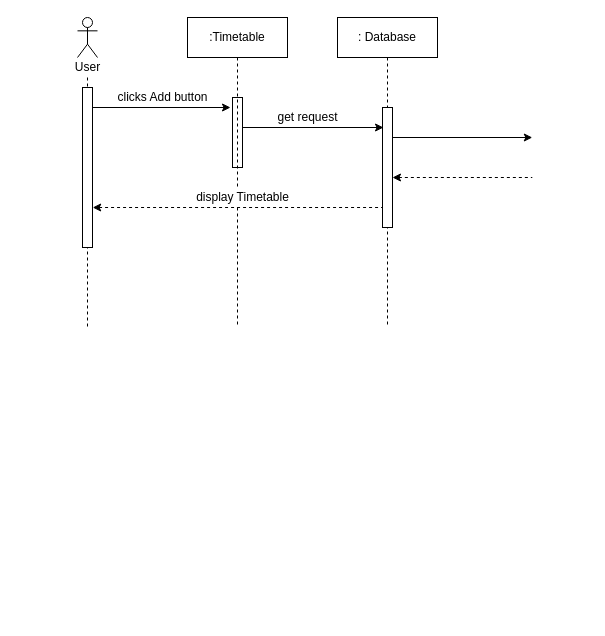
Earlier version of the draw.io diagram CreateTT.drawio (FaizAnuar/ashisu). Source tidied: cells renumbered, new cells numbered last; positions are measured from the earlier drawing's top-left corner, leaving out a move shared by most shapes. Both pictures are drawn from the tidied source at 100%, with x=0, y=0 at pixel (67, 17).
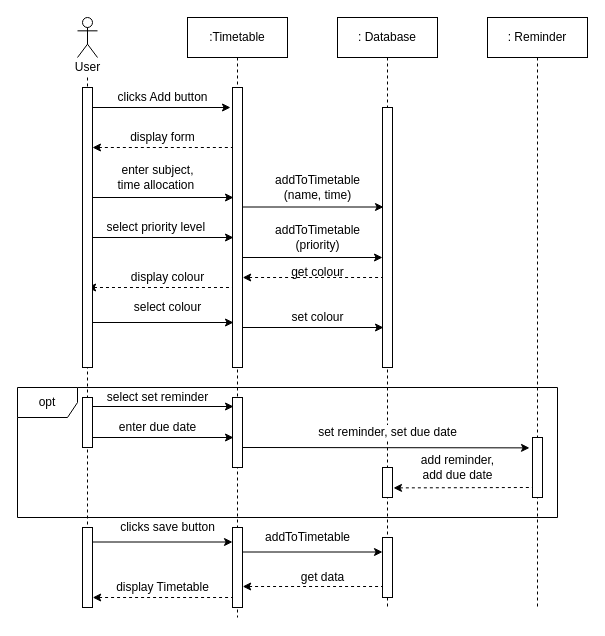
The same diagram, later.

The change refers to these unchanged cells:
```xml
<mxCell id="5" value=":Timetable" style="rounded=0;whiteSpace=wrap;html=1;" parent="1" vertex="1">
  <mxGeometry x="120" width="100" height="40" as="geometry" />
</mxCell>
<mxCell id="7" value=": Database" style="rounded=0;whiteSpace=wrap;html=1;" parent="1" vertex="1">
  <mxGeometry x="270" width="100" height="40" as="geometry" />
</mxCell>
<mxCell id="13" value="User" style="text;html=1;align=center;verticalAlign=middle;points=[];strokeColor=none;" parent="1" vertex="1">
  <mxGeometry y="40" width="40" height="20" as="geometry" />
</mxCell>
```

Change to the diagram source:
```diff
@@
+    <mxCell id="21" value="opt" style="shape=umlFrame;whiteSpace=wrap;html=1;fillColor=#FFFFFF;" parent="1" vertex="1">
+      <mxGeometry x="-50" y="370" width="540" height="130" as="geometry" />
+    </mxCell>
     <mxCell id="2" style="edgeStyle=orthogonalEdgeStyle;rounded=0;jettySize=auto;html=1;endArrow=none;endFill=0;dashed=1;" parent="1" edge="1" source="13">
       <mxGeometry relative="1" as="geometry">
-        <mxPoint x="20" y="310" as="targetPoint" />
+        <mxPoint x="20" y="590" as="targetPoint" />
       </mxGeometry>
     </mxCell>
@@
-    <mxCell id="4" style="edgeStyle=orthogonalEdgeStyle;rounded=0;jettySize=auto;html=1;endArrow=none;endFill=0;dashed=1;startArrow=none;" parent="1" edge="1" source="19">
-      <mxGeometry relative="1" as="geometry">
-        <mxPoint x="170" y="310" as="targetPoint" />
-        <Array as="points">
-          <mxPoint x="170" y="260" />
-          <mxPoint x="170" y="260" />
-        </Array>
-      </mxGeometry>
-    </mxCell>
@@
     <mxCell id="6" style="edgeStyle=orthogonalEdgeStyle;rounded=0;jettySize=auto;html=1;endArrow=none;endFill=0;dashed=1;" parent="1" edge="1" source="7">
       <mxGeometry relative="1" as="geometry">
-        <mxPoint x="320" y="310" as="targetPoint" />
+        <mxPoint x="320" y="590" as="targetPoint" />
       </mxGeometry>
     </mxCell>
@@
-    <mxCell id="10" style="html=1;points=[];perimeter=orthogonalPerimeter;fillColor=#ffffff;" parent="1" vertex="1">
-      <mxGeometry x="15" y="70" width="10" height="160" as="geometry" />
-    </mxCell>
-    <mxCell id="11" style="html=1;perimeter=orthogonalPerimeter;fillColor=#ffffff;" parent="1" vertex="1">
-      <mxGeometry x="165" y="80" width="10" height="70" as="geometry" />
-    </mxCell>
     <mxCell id="12" style="html=1;perimeter=orthogonalPerimeter;fillColor=#ffffff;" parent="1" vertex="1">
-      <mxGeometry x="315" y="90" width="10" height="120" as="geometry" />
+      <mxGeometry x="315" y="90" width="10" height="260" as="geometry" />
     </mxCell>
@@
     <mxCell id="14" style="endArrow=classic;html=1;" parent="1" edge="1">
       <mxGeometry relative="1" as="geometry">
-        <mxPoint x="175" y="110" as="sourcePoint" />
-        <mxPoint x="316" y="110" as="targetPoint" />
+        <mxPoint x="25" y="180" as="sourcePoint" />
+        <mxPoint x="166" y="180" as="targetPoint" />
       </mxGeometry>
     </mxCell>
-    <mxCell id="15" style="endArrow=none;html=1;entryX=-0.02;entryY=0.222;entryDx=0;entryDy=0;entryPerimeter=0;endFill=0;startArrow=classic;startFill=1;dashed=1;exitX=1.02;exitY=0.75;exitDx=0;exitDy=0;exitPerimeter=0;" parent="1" edge="1" source="10">
-      <mxGeometry relative="1" as="geometry">
-        <mxPoint x="315" y="190" as="targetPoint" />
-      </mxGeometry>
-    </mxCell>
-    <mxCell id="16" value="get request" style="text;html=1;align=center;verticalAlign=middle;strokeColor=none;" parent="1" vertex="1">
-      <mxGeometry x="200" y="90" width="80" height="20" as="geometry" />
-    </mxCell>
-    <mxCell id="17" style="endArrow=classic;html=1;entryX=-0.02;entryY=0.222;entryDx=0;entryDy=0;entryPerimeter=0;" parent="1" edge="1">
+    <mxCell id="17" style="endArrow=none;html=1;entryX=-0.02;entryY=0.222;entryDx=0;entryDy=0;entryPerimeter=0;startArrow=classic;startFill=1;endFill=0;dashed=1;" parent="1" edge="1">
       <mxGeometry relative="1" as="geometry">
-        <mxPoint x="325" y="120" as="sourcePoint" />
-        <mxPoint x="464.8" y="120" as="targetPoint" />
+        <mxPoint x="25" y="130" as="sourcePoint" />
+        <mxPoint x="164.8" y="130" as="targetPoint" />
       </mxGeometry>
     </mxCell>
     <mxCell id="18" style="endArrow=none;html=1;entryX=-0.02;entryY=0.222;entryDx=0;entryDy=0;entryPerimeter=0;startArrow=classic;startFill=1;endFill=0;dashed=1;" parent="1" edge="1">
       <mxGeometry relative="1" as="geometry">
-        <mxPoint x="325" y="160" as="sourcePoint" />
-        <mxPoint x="464.8" y="160" as="targetPoint" />
+        <mxPoint x="175.2" y="260" as="sourcePoint" />
+        <mxPoint x="315" y="260" as="targetPoint" />
       </mxGeometry>
     </mxCell>
+    <mxCell id="20" style="edgeStyle=orthogonalEdgeStyle;rounded=0;jettySize=auto;html=1;endArrow=none;endFill=0;dashed=1;" parent="1" edge="1" source="5">
+      <mxGeometry relative="1" as="geometry">
+        <mxPoint x="170" y="600" as="targetPoint" />
+        <Array as="points">
+          <mxPoint x="170" y="130" />
+          <mxPoint x="170" y="130" />
+        </Array>
+      </mxGeometry>
+    </mxCell>
+    <mxCell id="22" value="display form" style="text;html=1;align=center;verticalAlign=middle;strokeColor=none;" parent="1" vertex="1">
+      <mxGeometry x="55" y="110" width="80" height="20" as="geometry" />
+    </mxCell>
+    <mxCell id="23" value="enter subject, &lt;br&gt;time allocation&amp;nbsp;" style="text;html=1;align=center;verticalAlign=middle;strokeColor=none;" parent="1" vertex="1">
+      <mxGeometry x="40" y="145" width="100" height="30" as="geometry" />
+    </mxCell>
+    <mxCell id="24" style="endArrow=classic;html=1;" parent="1" edge="1">
+      <mxGeometry relative="1" as="geometry">
+        <mxPoint x="25" y="220" as="sourcePoint" />
+        <mxPoint x="166" y="220" as="targetPoint" />
+      </mxGeometry>
+    </mxCell>
+    <mxCell id="25" style="endArrow=classic;html=1;" parent="1" edge="1">
+      <mxGeometry relative="1" as="geometry">
+        <mxPoint x="174" y="240" as="sourcePoint" />
+        <mxPoint x="315" y="240" as="targetPoint" />
+      </mxGeometry>
+    </mxCell>
+    <mxCell id="26" style="endArrow=classic;html=1;" parent="1" edge="1">
+      <mxGeometry relative="1" as="geometry">
+        <mxPoint x="175" y="189.5" as="sourcePoint" />
+        <mxPoint x="316" y="189.5" as="targetPoint" />
+      </mxGeometry>
+    </mxCell>
+    <mxCell id="27" style="endArrow=classic;html=1;" parent="1" edge="1">
+      <mxGeometry relative="1" as="geometry">
+        <mxPoint x="25" y="389" as="sourcePoint" />
+        <mxPoint x="166" y="389" as="targetPoint" />
+      </mxGeometry>
+    </mxCell>
+    <mxCell id="28" style="endArrow=classic;html=1;entryX=-0.3;entryY=0.173;entryDx=0;entryDy=0;entryPerimeter=0;" parent="1" edge="1" target="57">
+      <mxGeometry relative="1" as="geometry">
+        <mxPoint x="174" y="430" as="sourcePoint" />
+      </mxGeometry>
+    </mxCell>
+    <mxCell id="29" style="endArrow=none;html=1;entryX=0.5;entryY=0.833;entryDx=0;entryDy=0;entryPerimeter=0;startArrow=classic;startFill=1;endFill=0;dashed=1;exitX=1.1;exitY=0.68;exitDx=0;exitDy=0;exitPerimeter=0;" parent="1" edge="1" source="46" target="57">
+      <mxGeometry relative="1" as="geometry" />
+    </mxCell>
+    <mxCell id="30" value="select priority level&amp;nbsp;" style="text;html=1;align=center;verticalAlign=middle;strokeColor=none;" parent="1" vertex="1">
+      <mxGeometry x="30" y="200" width="120" height="20" as="geometry" />
+    </mxCell>
+    <mxCell id="31" value="addToTimetable&lt;br&gt;(name, time)" style="text;html=1;align=center;verticalAlign=middle;strokeColor=none;" parent="1" vertex="1">
+      <mxGeometry x="200" y="150" width="100" height="40" as="geometry" />
+    </mxCell>
+    <mxCell id="32" value="addToTimetable&lt;br&gt;(priority)" style="text;html=1;align=center;verticalAlign=middle;strokeColor=none;" parent="1" vertex="1">
+      <mxGeometry x="200" y="200" width="100" height="40" as="geometry" />
+    </mxCell>
+    <mxCell id="33" value="select set reminder" style="text;html=1;align=center;verticalAlign=middle;strokeColor=none;" parent="1" vertex="1">
+      <mxGeometry x="30" y="370" width="120" height="20" as="geometry" />
+    </mxCell>
+    <mxCell id="34" style="endArrow=classic;html=1;" parent="1" edge="1">
+      <mxGeometry relative="1" as="geometry">
+        <mxPoint x="25" y="305" as="sourcePoint" />
+        <mxPoint x="166" y="305" as="targetPoint" />
+      </mxGeometry>
+    </mxCell>
+    <mxCell id="35" style="endArrow=classic;html=1;" parent="1" edge="1">
+      <mxGeometry relative="1" as="geometry">
+        <mxPoint x="25" y="420" as="sourcePoint" />
+        <mxPoint x="166" y="420" as="targetPoint" />
+      </mxGeometry>
+    </mxCell>
+    <mxCell id="36" style="endArrow=classic;html=1;" parent="1" edge="1">
+      <mxGeometry relative="1" as="geometry">
+        <mxPoint x="174" y="534.5" as="sourcePoint" />
+        <mxPoint x="315" y="534.5" as="targetPoint" />
+      </mxGeometry>
+    </mxCell>
+    <mxCell id="37" style="endArrow=classic;html=1;" parent="1" edge="1">
+      <mxGeometry relative="1" as="geometry">
+        <mxPoint x="24" y="524.5" as="sourcePoint" />
+        <mxPoint x="165" y="524.5" as="targetPoint" />
+      </mxGeometry>
+    </mxCell>
+    <mxCell id="38" value="select colour" style="text;html=1;align=center;verticalAlign=middle;strokeColor=none;" parent="1" vertex="1">
+      <mxGeometry x="60" y="280" width="80" height="20" as="geometry" />
+    </mxCell>
+    <mxCell id="39" value="set colour" style="text;html=1;align=center;verticalAlign=middle;strokeColor=none;" parent="1" vertex="1">
+      <mxGeometry x="215" y="290" width="70" height="20" as="geometry" />
+    </mxCell>
+    <mxCell id="40" style="html=1;perimeter=orthogonalPerimeter;fillColor=#FFFFFF;" parent="1" vertex="1">
+      <mxGeometry x="15" y="380" width="10" height="50" as="geometry" />
+    </mxCell>
+    <mxCell id="41" style="html=1;perimeter=orthogonalPerimeter;fillColor=#FFFFFF;" parent="1" vertex="1">
+      <mxGeometry x="165" y="295" width="10" height="30" as="geometry" />
+    </mxCell>
+    <mxCell id="42" style="html=1;perimeter=orthogonalPerimeter;fillColor=#FFFFFF;" parent="1" vertex="1">
+      <mxGeometry x="15" y="290" width="10" height="30" as="geometry" />
+    </mxCell>
+    <mxCell id="43" style="html=1;perimeter=orthogonalPerimeter;fillColor=#FFFFFF;" parent="1" vertex="1">
+      <mxGeometry x="15" y="210" width="10" height="30" as="geometry" />
+    </mxCell>
+    <mxCell id="44" style="html=1;perimeter=orthogonalPerimeter;fillColor=#FFFFFF;" parent="1" vertex="1">
+      <mxGeometry x="165" y="380" width="10" height="70" as="geometry" />
+    </mxCell>
+    <mxCell id="45" style="html=1;perimeter=orthogonalPerimeter;fillColor=#FFFFFF;" parent="1" vertex="1">
+      <mxGeometry x="15" y="510" width="10" height="80" as="geometry" />
+    </mxCell>
+    <mxCell id="46" style="html=1;points=[];perimeter=orthogonalPerimeter;fillColor=#FFFFFF;" parent="1" vertex="1">
+      <mxGeometry x="315" y="450" width="10" height="30" as="geometry" />
+    </mxCell>
+    <mxCell id="47" style="html=1;perimeter=orthogonalPerimeter;fillColor=#FFFFFF;" parent="1" vertex="1">
+      <mxGeometry x="165" y="215" width="10" height="55" as="geometry" />
+    </mxCell>
+    <mxCell id="48" value="enter due date" style="text;html=1;align=center;verticalAlign=middle;strokeColor=none;" parent="1" vertex="1">
+      <mxGeometry x="45" y="400" width="90" height="20" as="geometry" />
+    </mxCell>
+    <mxCell id="49" style="edgeStyle=orthogonalEdgeStyle;rounded=0;jettySize=auto;html=1;dashed=1;startArrow=none;startFill=0;endArrow=none;endFill=0;" parent="1" edge="1" source="50">
+      <mxGeometry relative="1" as="geometry">
+        <mxPoint x="470" y="590" as="targetPoint" />
+        <Array as="points">
+          <mxPoint x="470" y="590" />
+        </Array>
+      </mxGeometry>
+    </mxCell>
+    <mxCell id="50" value=": Reminder" style="rounded=0;whiteSpace=wrap;html=1;" parent="1" vertex="1">
+      <mxGeometry x="420" width="100" height="40" as="geometry" />
+    </mxCell>
+    <mxCell id="51" style="endArrow=classic;html=1;" parent="1" edge="1">
+      <mxGeometry relative="1" as="geometry">
+        <mxPoint x="175" y="310" as="sourcePoint" />
+        <mxPoint x="316" y="310" as="targetPoint" />
+      </mxGeometry>
+    </mxCell>
+    <mxCell id="52" style="endArrow=none;html=1;startArrow=classic;startFill=1;endFill=0;dashed=1;" parent="1" edge="1">
+      <mxGeometry relative="1" as="geometry">
+        <mxPoint x="20.1" y="270" as="sourcePoint" />
+        <mxPoint x="170" y="270" as="targetPoint" />
+      </mxGeometry>
+    </mxCell>
+    <mxCell id="53" value="&lt;span style=&quot;background-color: rgb(255 , 255 , 255)&quot;&gt;display colour&lt;/span&gt;" style="text;html=1;align=center;verticalAlign=middle;strokeColor=none;" parent="1" vertex="1">
+      <mxGeometry x="55" y="250" width="90" height="20" as="geometry" />
+    </mxCell>
+    <mxCell id="54" value="get colour" style="text;html=1;align=center;verticalAlign=middle;strokeColor=none;" parent="1" vertex="1">
+      <mxGeometry x="215" y="245" width="70" height="20" as="geometry" />
+    </mxCell>
+    <mxCell id="55" value="&lt;span style=&quot;background-color: rgb(255 , 255 , 255)&quot;&gt;set reminder, set due date&lt;/span&gt;" style="text;html=1;align=center;verticalAlign=middle;strokeColor=none;" parent="1" vertex="1">
+      <mxGeometry x="245" y="405" width="150" height="20" as="geometry" />
+    </mxCell>
+    <mxCell id="56" style="html=1;perimeter=orthogonalPerimeter;fillColor=#FFFFFF;" parent="1" vertex="1">
+      <mxGeometry x="165" y="510" width="10" height="80" as="geometry" />
+    </mxCell>
+    <mxCell id="57" style="html=1;points=[];perimeter=orthogonalPerimeter;fillColor=#FFFFFF;" parent="1" vertex="1">
+      <mxGeometry x="465" y="420" width="10" height="60" as="geometry" />
+    </mxCell>
+    <mxCell id="58" value="&lt;span style=&quot;background-color: rgb(255 , 255 , 255)&quot;&gt;add reminder, &lt;br&gt;add due date&lt;/span&gt;" style="text;html=1;align=center;verticalAlign=middle;strokeColor=none;" parent="1" vertex="1">
+      <mxGeometry x="345" y="435" width="90" height="30" as="geometry" />
+    </mxCell>
+    <mxCell id="11" style="html=1;perimeter=orthogonalPerimeter;fillColor=#FFFFFF;" parent="1" vertex="1">
+      <mxGeometry x="165" y="70" width="10" height="280" as="geometry" />
+    </mxCell>
+    <mxCell id="10" style="html=1;points=[];perimeter=orthogonalPerimeter;fillColor=#ffffff;" parent="1" vertex="1">
+      <mxGeometry x="15" y="70" width="10" height="280" as="geometry" />
+    </mxCell>
+    <mxCell id="59" value="clicks save button" style="text;html=1;align=center;verticalAlign=middle;strokeColor=none;" parent="1" vertex="1">
+      <mxGeometry x="45" y="500" width="110" height="20" as="geometry" />
+    </mxCell>
+    <mxCell id="60" style="html=1;perimeter=orthogonalPerimeter;fillColor=#FFFFFF;" parent="1" vertex="1">
+      <mxGeometry x="315" y="520" width="10" height="60" as="geometry" />
+    </mxCell>
+    <mxCell id="61" style="endArrow=none;html=1;entryX=-0.02;entryY=0.222;entryDx=0;entryDy=0;entryPerimeter=0;startArrow=classic;startFill=1;endFill=0;dashed=1;" parent="1" edge="1">
+      <mxGeometry relative="1" as="geometry">
+        <mxPoint x="25.2" y="580" as="sourcePoint" />
+        <mxPoint x="165" y="580" as="targetPoint" />
+      </mxGeometry>
+    </mxCell>
+    <mxCell id="62" style="endArrow=none;html=1;entryX=-0.02;entryY=0.222;entryDx=0;entryDy=0;entryPerimeter=0;startArrow=classic;startFill=1;endFill=0;dashed=1;" parent="1" edge="1">
+      <mxGeometry relative="1" as="geometry">
+        <mxPoint x="175.2" y="569" as="sourcePoint" />
+        <mxPoint x="315" y="569" as="targetPoint" />
+      </mxGeometry>
+    </mxCell>
+    <mxCell id="63" value="addToTimetable" style="text;html=1;align=center;verticalAlign=middle;strokeColor=none;" parent="1" vertex="1">
+      <mxGeometry x="190" y="510" width="100" height="20" as="geometry" />
+    </mxCell>
+    <mxCell id="64" value="get data" style="text;html=1;align=center;verticalAlign=middle;strokeColor=none;" parent="1" vertex="1">
+      <mxGeometry x="225" y="550" width="60" height="20" as="geometry" />
+    </mxCell>
-    <mxCell id="19" value="display Timetable" style="text;html=1;align=center;verticalAlign=middle;points=[];" parent="1" vertex="1">
-      <mxGeometry x="120" y="170" width="110" height="20" as="geometry" />
+    <mxCell id="19" value="display Timetable" style="text;html=1;align=center;verticalAlign=middle;points=[];strokeColor=none;" parent="1" vertex="1">
+      <mxGeometry x="40" y="560" width="110" height="20" as="geometry" />
     </mxCell>
-    <mxCell id="20" style="edgeStyle=orthogonalEdgeStyle;rounded=0;jettySize=auto;html=1;endArrow=none;endFill=0;dashed=1;" parent="1" edge="1" source="5" target="19">
-      <mxGeometry relative="1" as="geometry">
-        <Array as="points">
-          <mxPoint x="170" y="160" />
-          <mxPoint x="170" y="160" />
-        </Array>
-      </mxGeometry>
-    </mxCell>
```
